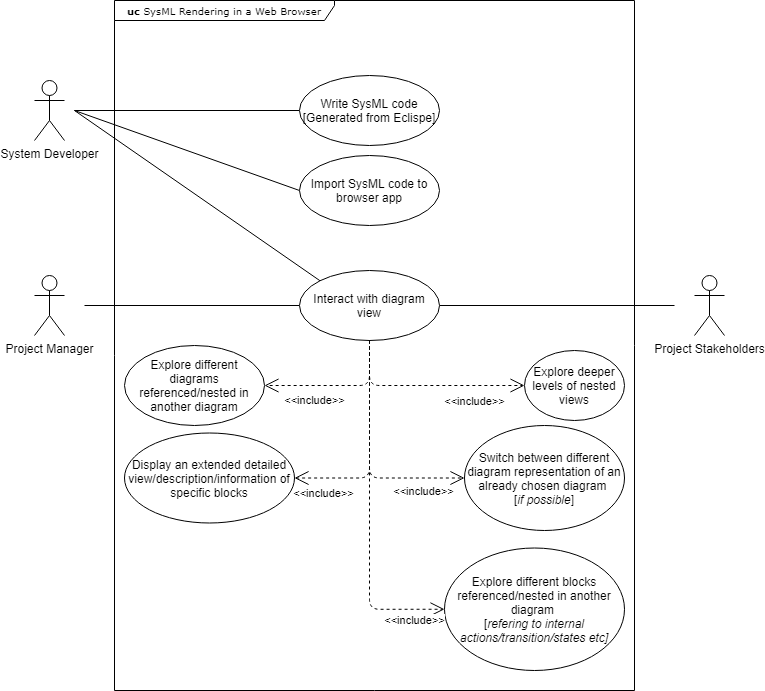
This is Report/D0020E - Report (1)/Use-case_SysMLProject_first-draft.png from olihgb-7/D0020E, a draw.io export, as it was before one commit. Source tidied: cells renumbered, new cells last; positions are measured from the earlier drawing's top-left corner, leaving out a move shared by most shapes.
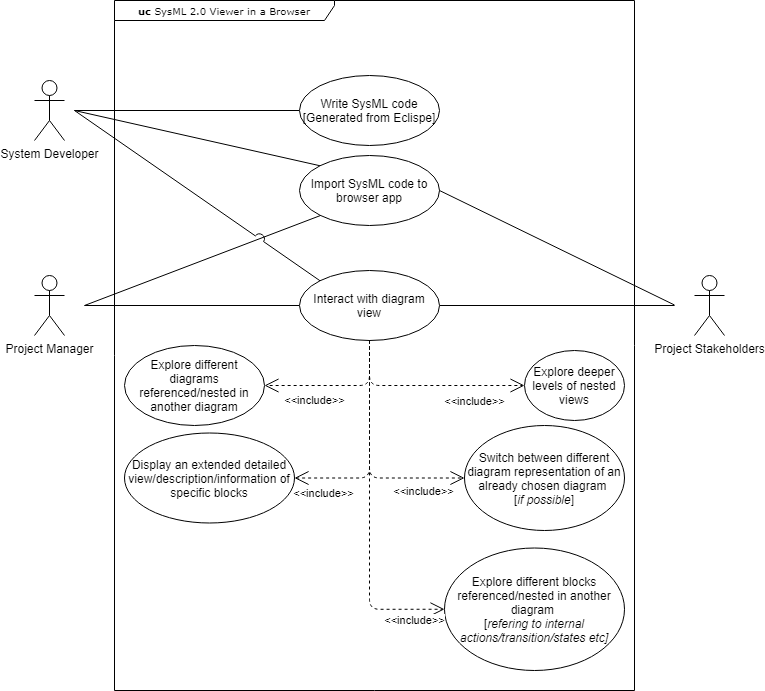
After the change.

What changed in the source:
```diff
@@ -2,7 +2,7 @@
   <root>
     <mxCell id="0" />
     <mxCell id="1" parent="0" />
-    <mxCell id="2" value="&lt;b&gt;uc &lt;/b&gt;SysML Rendering in a Web Browser" style="shape=umlFrame;whiteSpace=wrap;html=1;rounded=0;shadow=0;comic=0;labelBackgroundColor=none;strokeWidth=1;fontFamily=Verdana;fontSize=10;align=center;width=220;height=20;" parent="1" vertex="1">
+    <mxCell id="2" value="&lt;b&gt;uc &lt;/b&gt;SysML 2.0 Viewer in a Browser" style="shape=umlFrame;whiteSpace=wrap;html=1;rounded=0;shadow=0;comic=0;labelBackgroundColor=none;strokeWidth=1;fontFamily=Verdana;fontSize=10;align=center;width=220;height=20;" parent="1" vertex="1">
       <mxGeometry x="80" width="520" height="690" as="geometry" />
     </mxCell>
     <mxCell id="3" style="rounded=0;jettySize=auto;html=1;entryX=0;entryY=0.5;entryDx=0;entryDy=0;startArrow=none;startFill=0;endArrow=none;endFill=0;" parent="1" edge="1" target="7">
@@ -22,7 +22,7 @@
     <mxCell id="7" value="Write SysML code&lt;br&gt;[Generated from Eclispe]" style="ellipse;whiteSpace=wrap;html=1;" parent="1" vertex="1">
       <mxGeometry x="265" y="75" width="140" height="70" as="geometry" />
     </mxCell>
-    <mxCell id="8" style="edgeStyle=none;rounded=0;jettySize=auto;html=1;exitX=0;exitY=0.5;exitDx=0;exitDy=0;startArrow=none;startFill=0;endArrow=none;endFill=0;" parent="1" edge="1" source="9">
+    <mxCell id="8" style="edgeStyle=none;rounded=0;jettySize=auto;html=1;exitX=0;exitY=0;exitDx=0;exitDy=0;startArrow=none;startFill=0;endArrow=none;endFill=0;" parent="1" edge="1" source="9">
       <mxGeometry relative="1" as="geometry">
         <mxPoint x="40" y="110" as="targetPoint" />
       </mxGeometry>
@@ -30,11 +30,6 @@
     <mxCell id="9" value="Import SysML code to browser app" style="ellipse;whiteSpace=wrap;html=1;" parent="1" vertex="1">
       <mxGeometry x="265" y="155" width="140" height="70" as="geometry" />
     </mxCell>
-    <mxCell id="10" style="edgeStyle=none;rounded=0;jettySize=auto;html=1;exitX=0;exitY=0;exitDx=0;exitDy=0;startArrow=none;startFill=0;endArrow=none;endFill=0;" parent="1" edge="1" source="13">
-      <mxGeometry relative="1" as="geometry">
-        <mxPoint x="40" y="110" as="targetPoint" />
-      </mxGeometry>
-    </mxCell>
     <mxCell id="11" style="edgeStyle=none;rounded=0;jettySize=auto;html=1;exitX=0;exitY=0.5;exitDx=0;exitDy=0;startArrow=none;startFill=0;endArrow=none;endFill=0;" parent="1" edge="1" source="13">
       <mxGeometry relative="1" as="geometry">
         <mxPoint x="50" y="305" as="targetPoint" />
@@ -102,5 +97,21 @@
         </Array>
       </mxGeometry>
     </mxCell>
+    <mxCell id="25" style="edgeStyle=none;rounded=0;orthogonalLoop=1;jettySize=auto;html=1;startArrow=none;startFill=0;endArrow=none;endFill=0;jumpStyle=none;jumpSize=10;" parent="1" edge="1">
+      <mxGeometry relative="1" as="geometry">
+        <mxPoint x="286" y="215" as="sourcePoint" />
+        <mxPoint x="50" y="305" as="targetPoint" />
+      </mxGeometry>
+    </mxCell>
+    <mxCell id="26" style="edgeStyle=none;rounded=0;jettySize=auto;html=1;exitX=1;exitY=0.5;exitDx=0;exitDy=0;startArrow=none;startFill=0;endArrow=none;endFill=0;" parent="1" edge="1" source="9">
+      <mxGeometry relative="1" as="geometry">
+        <mxPoint x="640" y="304.5" as="targetPoint" />
+      </mxGeometry>
+    </mxCell>
+    <mxCell id="10" style="edgeStyle=none;rounded=0;jettySize=auto;html=1;exitX=0;exitY=0;exitDx=0;exitDy=0;startArrow=none;startFill=0;endArrow=none;endFill=0;jumpStyle=arc;jumpSize=10;" parent="1" edge="1" source="13">
+      <mxGeometry relative="1" as="geometry">
+        <mxPoint x="40" y="110" as="targetPoint" />
+      </mxGeometry>
+    </mxCell>
   </root>
 </mxGraphModel>
```
